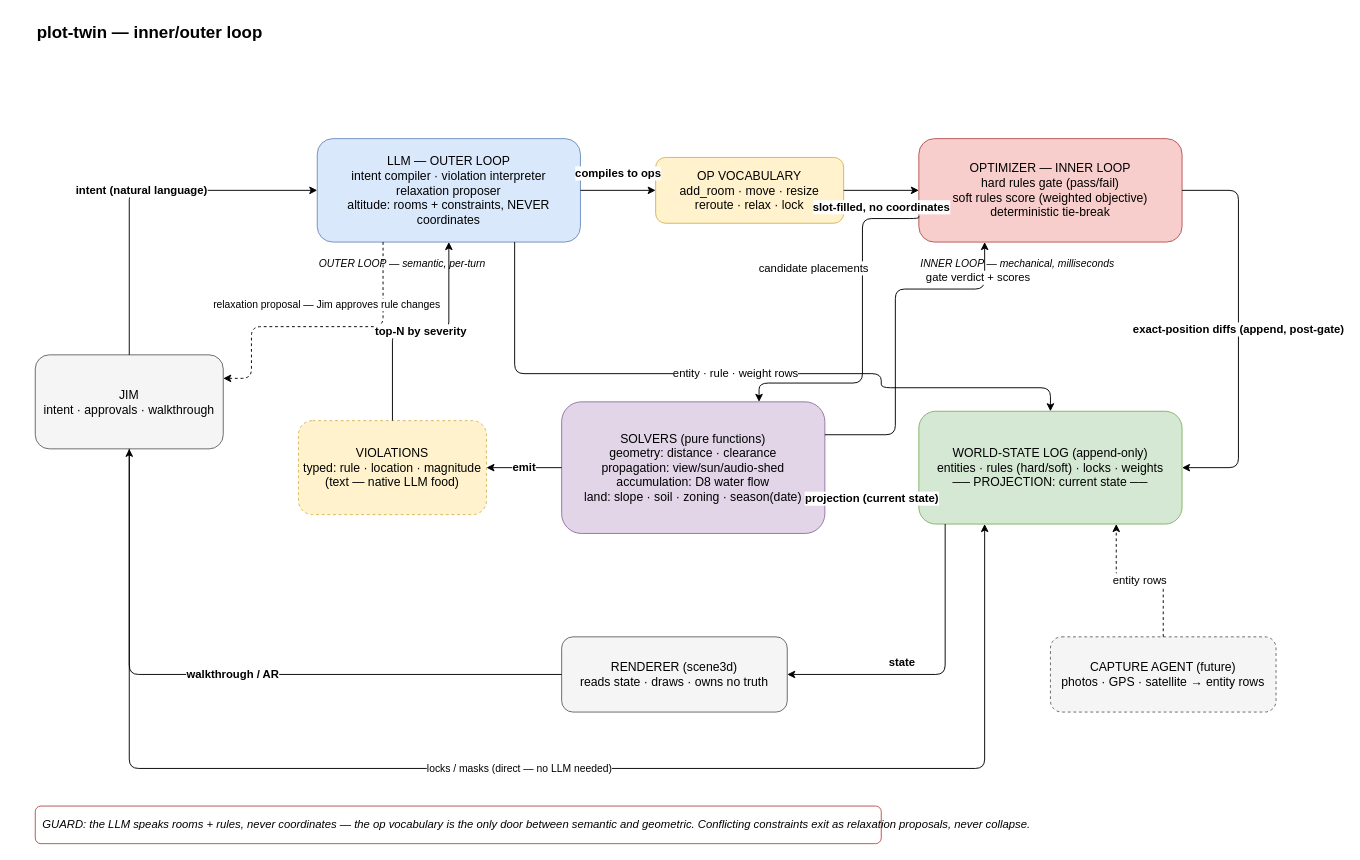
Above: docs/architecture.drawio in jjrasche/plot-twin (draw.io), before the change. Source tidied: cells renumbered, new cells numbered last; positions are measured from the earlier drawing's top-left corner, leaving out a move shared by most shapes. Both pictures are drawn from the tidied source at 94%, with x=0, y=0 at pixel (35, 16).
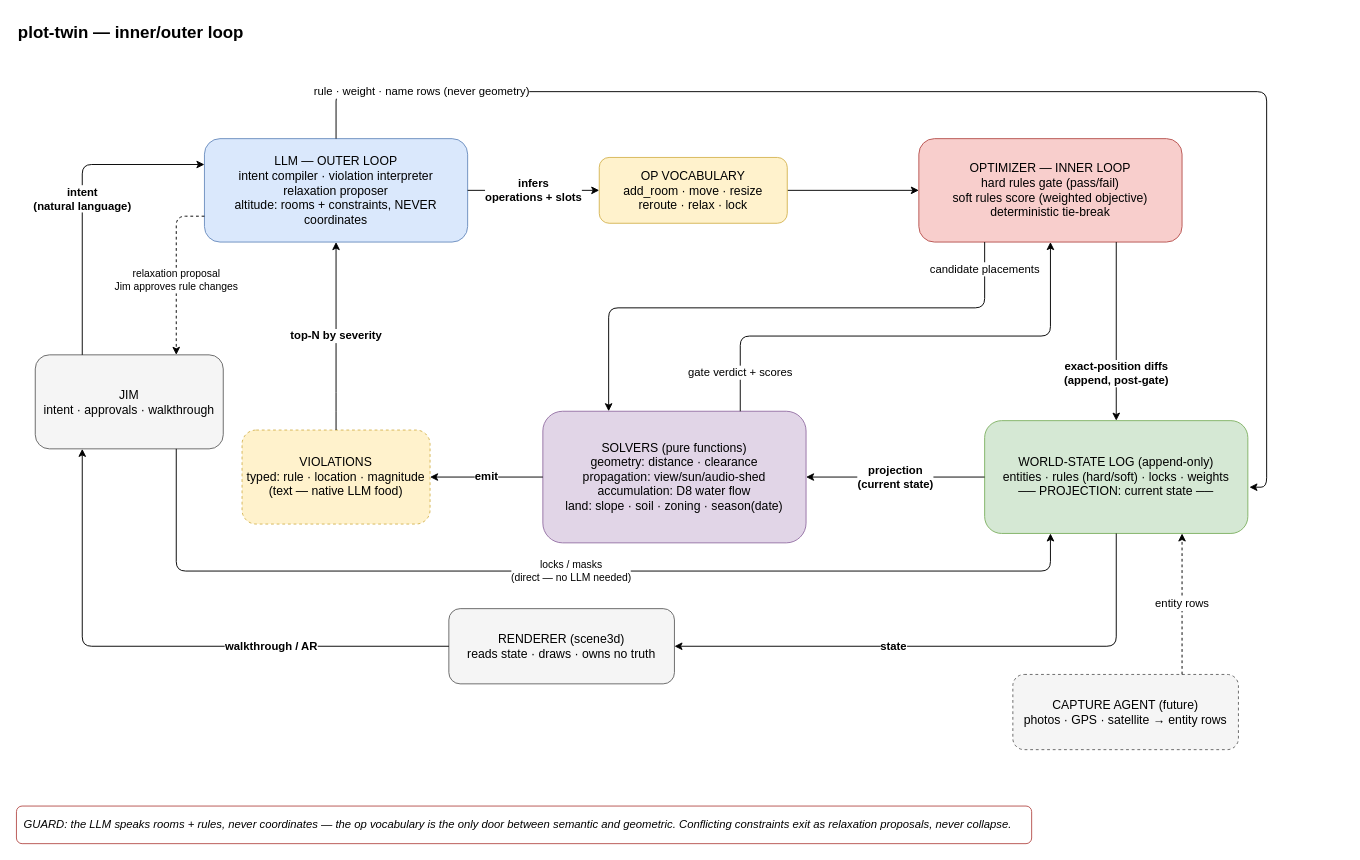
The same diagram, later.

Commit message (it also covers changes not shown here):
docs: Jim's edge rework + geometry-has-one-door label fix

Unchanged cells that the change refers to:
```xml
<mxCell id="3" value="JIM&#10;intent · approvals · walkthrough" style="rounded=1;whiteSpace=wrap;html=1;fillColor=#f5f5f5;strokeColor=#666666;fontSize=13;" parent="1" vertex="1">
  <mxGeometry y="360" width="200" height="100" as="geometry" />
</mxCell>
<mxCell id="6" value="OPTIMIZER — INNER LOOP&#10;hard rules gate (pass/fail)&#10;soft rules score (weighted objective)&#10;deterministic tie-break" style="rounded=1;whiteSpace=wrap;html=1;fillColor=#f8cecc;strokeColor=#b85450;fontSize=13;" parent="1" vertex="1">
  <mxGeometry x="940" y="130" width="280" height="110" as="geometry" />
</mxCell>
```

The edit, as a diff of the source:
```diff
@@
     <mxCell id="2" value="plot-twin — inner/outer loop" style="text;html=1;fontSize=18;fontStyle=1;align=left;" parent="1" vertex="1">
-      <mxGeometry width="500" height="30" as="geometry" />
+      <mxGeometry x="-20" width="500" height="30" as="geometry" />
     </mxCell>
@@
     <mxCell id="4" value="LLM — OUTER LOOP&#10;intent compiler · violation interpreter&#10;relaxation proposer&#10;altitude: rooms + constraints, NEVER coordinates" style="rounded=1;whiteSpace=wrap;html=1;fillColor=#dae8fc;strokeColor=#6c8ebf;fontSize=13;" parent="1" vertex="1">
-      <mxGeometry x="300" y="130" width="280" height="110" as="geometry" />
+      <mxGeometry x="180" y="130" width="280" height="110" as="geometry" />
     </mxCell>
+    <mxCell id="15" style="edgeStyle=none;html=1;entryX=0;entryY=0.5;entryDx=0;entryDy=0;" parent="1" edge="1" source="5" target="6">
+      <mxGeometry relative="1" as="geometry" />
+    </mxCell>
     <mxCell id="5" value="OP VOCABULARY&#10;add_room · move · resize&#10;reroute · relax · lock" style="rounded=1;whiteSpace=wrap;html=1;fillColor=#fff2cc;strokeColor=#d6b656;fontSize=13;" parent="1" vertex="1">
-      <mxGeometry x="660" y="150" width="200" height="70" as="geometry" />
+      <mxGeometry x="600" y="150" width="200" height="70" as="geometry" />
     </mxCell>
@@
     <mxCell id="7" value="WORLD-STATE LOG (append-only)&#10;entities · rules (hard/soft) · locks · weights&#10;── PROJECTION: current state ──" style="rounded=1;whiteSpace=wrap;html=1;fillColor=#d5e8d4;strokeColor=#82b366;fontSize=13;" parent="1" vertex="1">
-      <mxGeometry x="940" y="420" width="280" height="120" as="geometry" />
+      <mxGeometry x="1010" y="430" width="280" height="120" as="geometry" />
     </mxCell>
     <mxCell id="8" value="SOLVERS (pure functions)&#10;geometry: distance · clearance&#10;propagation: view/sun/audio-shed&#10;accumulation: D8 water flow&#10;land: slope · soil · zoning · season(date)" style="rounded=1;whiteSpace=wrap;html=1;fillColor=#e1d5e7;strokeColor=#9673a6;fontSize=13;" parent="1" vertex="1">
-      <mxGeometry x="560" y="410" width="280" height="140" as="geometry" />
+      <mxGeometry x="540" y="420" width="280" height="140" as="geometry" />
     </mxCell>
     <mxCell id="9" value="VIOLATIONS&#10;typed: rule · location · magnitude&#10;(text — native LLM food)" style="rounded=1;whiteSpace=wrap;html=1;fillColor=#fff2cc;strokeColor=#d6b656;fontSize=13;dashed=1;" parent="1" vertex="1">
-      <mxGeometry x="280" y="430" width="200" height="100" as="geometry" />
+      <mxGeometry x="220" y="440" width="200" height="100" as="geometry" />
     </mxCell>
     <mxCell id="10" value="RENDERER (scene3d)&#10;reads state · draws · owns no truth" style="rounded=1;whiteSpace=wrap;html=1;fillColor=#f5f5f5;strokeColor=#666666;fontSize=13;" parent="1" vertex="1">
-      <mxGeometry x="560" y="660" width="240" height="80" as="geometry" />
+      <mxGeometry x="440" y="630" width="240" height="80" as="geometry" />
     </mxCell>
     <mxCell id="11" value="CAPTURE AGENT (future)&#10;photos · GPS · satellite → entity rows" style="rounded=1;whiteSpace=wrap;html=1;fillColor=#f5f5f5;strokeColor=#666666;fontSize=13;dashed=1;" parent="1" vertex="1">
-      <mxGeometry x="1080" y="660" width="240" height="80" as="geometry" />
+      <mxGeometry x="1040" y="700" width="240" height="80" as="geometry" />
     </mxCell>
-    <mxCell id="12" value="intent (natural language)" style="edgeStyle=orthogonalEdgeStyle;rounded=1;html=1;fontSize=12;fontStyle=1;exitX=0.5;exitY=0;entryX=0;entryY=0.5;" parent="1" edge="1" source="3" target="4">
+    <mxCell id="12" value="intent&lt;br&gt;(natural language)" style="edgeStyle=orthogonalEdgeStyle;rounded=1;html=1;fontSize=12;fontStyle=1;exitX=0.25;exitY=0;entryX=0;entryY=0.25;exitDx=0;exitDy=0;entryDx=0;entryDy=0;" parent="1" edge="1" source="3" target="4">
       <mxGeometry relative="1" as="geometry">
         <Array as="points">
-          <mxPoint x="100" y="185" />
+          <mxPoint x="50" y="158" />
         </Array>
       </mxGeometry>
     </mxCell>
-    <mxCell id="13" value="relaxation proposal — Jim approves rule changes" style="edgeStyle=orthogonalEdgeStyle;rounded=1;html=1;fontSize=11;dashed=1;exitX=0.25;exitY=1;entryX=1;entryY=0.25;" parent="1" edge="1" source="4" target="3">
-      <mxGeometry x="-0.5" relative="1" as="geometry">
+    <mxCell id="13" value="relaxation proposal&lt;br&gt;Jim approves rule changes" style="edgeStyle=orthogonalEdgeStyle;rounded=1;html=1;fontSize=11;dashed=1;exitX=0;exitY=0.75;entryX=0.75;entryY=0;entryDx=0;entryDy=0;exitDx=0;exitDy=0;" parent="1" edge="1" source="4" target="3">
+      <mxGeometry x="0.1" relative="1" as="geometry">
         <Array as="points">
-          <mxPoint x="370" y="330" />
-          <mxPoint x="230" y="330" />
+          <mxPoint x="150" y="213" />
         </Array>
-        <mxPoint x="-60" y="-12" as="offset" />
       </mxGeometry>
     </mxCell>
-    <mxCell id="14" value="compiles to ops" style="edgeStyle=orthogonalEdgeStyle;rounded=1;html=1;fontSize=12;fontStyle=1;exitX=1;exitY=0.5;entryX=0;entryY=0.5;" parent="1" edge="1" source="4" target="5">
-      <mxGeometry relative="1" as="geometry">
-        <mxPoint y="-18" as="offset" />
-      </mxGeometry>
+    <mxCell id="14" value="infers &lt;br&gt;operations + slots" style="edgeStyle=orthogonalEdgeStyle;rounded=1;html=1;fontSize=12;fontStyle=1;exitX=1;exitY=0.5;entryX=0;entryY=0.5;" parent="1" edge="1" source="4" target="5">
+      <mxGeometry relative="1" as="geometry" />
     </mxCell>
-    <mxCell id="15" value="slot-filled, no coordinates" style="edgeStyle=orthogonalEdgeStyle;rounded=1;html=1;fontSize=12;fontStyle=1;exitX=1;exitY=0.5;entryX=0;entryY=0.5;" parent="1" edge="1" source="5" target="6">
-      <mxGeometry relative="1" as="geometry">
-        <mxPoint y="18" as="offset" />
-      </mxGeometry>
-    </mxCell>
-    <mxCell id="16" value="entity · rule · weight rows" style="edgeStyle=orthogonalEdgeStyle;rounded=1;html=1;fontSize=12;exitX=0.75;exitY=1;entryX=0.5;entryY=0;entryDx=0;entryDy=0;" parent="1" edge="1" source="4" target="7">
-      <mxGeometry relative="1" as="geometry">
+    <mxCell id="16" value="rule · weight · name rows (never geometry)" style="edgeStyle=orthogonalEdgeStyle;rounded=1;html=1;fontSize=12;exitX=0.5;exitY=0;entryX=1.006;entryY=0.59;entryDx=0;entryDy=0;entryPerimeter=0;exitDx=0;exitDy=0;" parent="1" edge="1" source="4" target="7">
+      <mxGeometry x="-0.81" relative="1" as="geometry">
         <Array as="points">
-          <mxPoint x="510" y="380" />
-          <mxPoint x="900" y="380" />
-          <mxPoint x="900" y="395" />
-          <mxPoint x="1080" y="395" />
+          <mxPoint x="320" y="80" />
+          <mxPoint x="1310" y="80" />
+          <mxPoint x="1310" y="500" />
         </Array>
       </mxGeometry>
     </mxCell>
-    <mxCell id="17" value="exact-position diffs (append, post-gate)" style="edgeStyle=orthogonalEdgeStyle;rounded=1;html=1;fontSize=12;fontStyle=1;exitX=1;exitY=0.5;entryX=1;entryY=0.5;" parent="1" edge="1" source="6" target="7">
-      <mxGeometry relative="1" as="geometry">
+    <mxCell id="17" value="exact-position diffs&lt;br&gt;(append, post-gate)" style="edgeStyle=orthogonalEdgeStyle;rounded=1;html=1;fontSize=12;fontStyle=1;exitX=0.75;exitY=1;exitDx=0;exitDy=0;entryX=0.5;entryY=0;entryDx=0;entryDy=0;" parent="1" edge="1" source="6" target="7">
+      <mxGeometry x="0.47" relative="1" as="geometry">
         <Array as="points">
-          <mxPoint x="1280" y="185" />
-          <mxPoint x="1280" y="480" />
+          <mxPoint x="1150" y="430" />
         </Array>
       </mxGeometry>
     </mxCell>
-    <mxCell id="18" value="candidate placements" style="edgeStyle=orthogonalEdgeStyle;rounded=1;html=1;fontSize=12;exitX=0;exitY=0.75;entryX=0.75;entryY=0;" parent="1" edge="1" source="6" target="8">
-      <mxGeometry x="-0.45" relative="1" as="geometry">
+    <mxCell id="18" value="candidate placements" style="edgeStyle=orthogonalEdgeStyle;rounded=1;html=1;fontSize=12;exitX=0.25;exitY=1;entryX=0.25;entryY=0;entryDx=0;entryDy=0;exitDx=0;exitDy=0;" parent="1" edge="1" source="6" target="8">
+      <mxGeometry x="-0.9" relative="1" as="geometry">
         <Array as="points">
-          <mxPoint x="880" y="215" />
-          <mxPoint x="880" y="390" />
-          <mxPoint x="770" y="390" />
+          <mxPoint x="1010" y="310" />
+          <mxPoint x="610" y="310" />
         </Array>
-        <mxPoint x="-52" y="14" as="offset" />
       </mxGeometry>
     </mxCell>
-    <mxCell id="19" value="gate verdict + scores" style="edgeStyle=orthogonalEdgeStyle;rounded=1;html=1;fontSize=12;exitX=1;exitY=0.25;entryX=0.25;entryY=1;" parent="1" edge="1" source="8" target="6">
-      <mxGeometry x="0.45" relative="1" as="geometry">
+    <mxCell id="19" value="gate verdict + scores" style="edgeStyle=orthogonalEdgeStyle;rounded=1;html=1;fontSize=12;exitX=0.75;exitY=0;entryX=0.5;entryY=1;entryDx=0;entryDy=0;exitDx=0;exitDy=0;" parent="1" edge="1" source="8" target="6">
+      <mxGeometry x="-0.84" relative="1" as="geometry">
         <Array as="points">
-          <mxPoint x="915" y="445" />
-          <mxPoint x="915" y="290" />
-          <mxPoint x="1010" y="290" />
+          <mxPoint x="750" y="340" />
+          <mxPoint x="1080" y="340" />
         </Array>
-        <mxPoint x="46" y="-12" as="offset" />
       </mxGeometry>
     </mxCell>
-    <mxCell id="20" value="projection (current state)" style="edgeStyle=orthogonalEdgeStyle;rounded=1;html=1;fontSize=12;fontStyle=1;exitX=0;exitY=0.75;entryX=1;entryY=0.75;" parent="1" edge="1" source="7" target="8">
+    <mxCell id="20" value="projection&lt;br&gt;(current state)" style="edgeStyle=orthogonalEdgeStyle;rounded=1;html=1;fontSize=12;fontStyle=1;exitX=0;exitY=0.5;entryX=1;entryY=0.5;entryDx=0;entryDy=0;exitDx=0;exitDy=0;" parent="1" edge="1" source="7" target="8">
       <mxGeometry relative="1" as="geometry" />
     </mxCell>
@@
     <mxCell id="22" value="top-N by severity" style="edgeStyle=orthogonalEdgeStyle;rounded=1;html=1;fontSize=12;fontStyle=1;exitX=0.5;exitY=0;entryX=0.5;entryY=1;" parent="1" edge="1" source="9" target="4">
-      <mxGeometry relative="1" as="geometry" />
+      <mxGeometry relative="1" as="geometry">
+        <Array as="points">
+          <mxPoint x="320" y="410" />
+          <mxPoint x="320" y="410" />
+        </Array>
+      </mxGeometry>
     </mxCell>
-    <mxCell id="23" value="locks / masks (direct — no LLM needed)" style="edgeStyle=orthogonalEdgeStyle;rounded=1;html=1;fontSize=11;exitX=0.5;exitY=1;entryX=0.25;entryY=1;" parent="1" edge="1" source="3" target="7">
+    <mxCell id="23" value="locks / masks&lt;br&gt;(direct — no LLM needed)" style="edgeStyle=orthogonalEdgeStyle;rounded=1;html=1;fontSize=11;entryX=0.25;entryY=1;entryDx=0;entryDy=0;exitX=0.75;exitY=1;exitDx=0;exitDy=0;" parent="1" edge="1" source="3" target="7">
       <mxGeometry relative="1" as="geometry">
         <Array as="points">
-          <mxPoint x="100" y="800" />
-          <mxPoint x="1010" y="800" />
+          <mxPoint x="150" y="590" />
+          <mxPoint x="1080" y="590" />
         </Array>
       </mxGeometry>
     </mxCell>
-    <mxCell id="24" value="state" style="edgeStyle=orthogonalEdgeStyle;rounded=1;html=1;fontSize=12;fontStyle=1;exitX=0.1;exitY=1;entryX=1;entryY=0.5;" parent="1" edge="1" source="7" target="10">
-      <mxGeometry x="0.5" relative="1" as="geometry">
+    <mxCell id="24" value="state" style="edgeStyle=orthogonalEdgeStyle;rounded=1;html=1;fontSize=12;fontStyle=1;exitX=0.5;exitY=1;entryX=1;entryY=0.5;exitDx=0;exitDy=0;" parent="1" edge="1" source="7" target="10">
+      <mxGeometry x="0.21" relative="1" as="geometry">
         <Array as="points">
-          <mxPoint x="968" y="700" />
+          <mxPoint x="1150" y="670" />
         </Array>
-        <mxPoint x="40" y="-12" as="offset" />
       </mxGeometry>
     </mxCell>
-    <mxCell id="25" value="walkthrough / AR" style="edgeStyle=orthogonalEdgeStyle;rounded=1;html=1;fontSize=12;fontStyle=1;exitX=0;exitY=0.5;entryX=0.5;entryY=1;" parent="1" edge="1" source="10" target="3">
-      <mxGeometry relative="1" as="geometry">
+    <mxCell id="25" value="walkthrough / AR" style="edgeStyle=orthogonalEdgeStyle;rounded=1;html=1;fontSize=12;fontStyle=1;exitX=0;exitY=0.5;entryX=0.25;entryY=1;entryDx=0;entryDy=0;" parent="1" edge="1" source="10" target="3">
+      <mxGeometry x="-0.37" relative="1" as="geometry">
         <Array as="points">
-          <mxPoint x="100" y="700" />
+          <mxPoint x="50" y="670" />
         </Array>
       </mxGeometry>
     </mxCell>
-    <mxCell id="26" value="entity rows" style="edgeStyle=orthogonalEdgeStyle;rounded=1;html=1;fontSize=12;dashed=1;exitX=0.5;exitY=0;entryX=0.75;entryY=1;" parent="1" edge="1" source="11" target="7">
+    <mxCell id="26" value="entity rows" style="edgeStyle=orthogonalEdgeStyle;rounded=1;html=1;fontSize=12;dashed=1;exitX=0.75;exitY=0;entryX=0.75;entryY=1;exitDx=0;exitDy=0;" parent="1" edge="1" source="11" target="7">
       <mxGeometry relative="1" as="geometry" />
     </mxCell>
-    <mxCell id="27" value="OUTER LOOP — semantic, per-turn" style="text;html=1;fontSize=11;fontStyle=2;align=left;" parent="1" vertex="1">
-      <mxGeometry x="300" y="250" width="220" height="20" as="geometry" />
-    </mxCell>
-    <mxCell id="28" value="INNER LOOP — mechanical, milliseconds" style="text;html=1;fontSize=11;fontStyle=2;align=left;" parent="1" vertex="1">
-      <mxGeometry x="940" y="250" width="240" height="20" as="geometry" />
-    </mxCell>
     <mxCell id="29" value="GUARD: the LLM speaks rooms + rules, never coordinates — the op vocabulary is the only door between semantic and geometric. Conflicting constraints exit as relaxation proposals, never collapse." style="text;html=1;fontSize=12;fontStyle=2;align=left;strokeColor=#b85450;fillColor=none;rounded=1;spacing=8;" parent="1" vertex="1">
-      <mxGeometry y="840" width="900" height="40" as="geometry" />
+      <mxGeometry x="-20" y="840" width="1080" height="40" as="geometry" />
     </mxCell>
```
